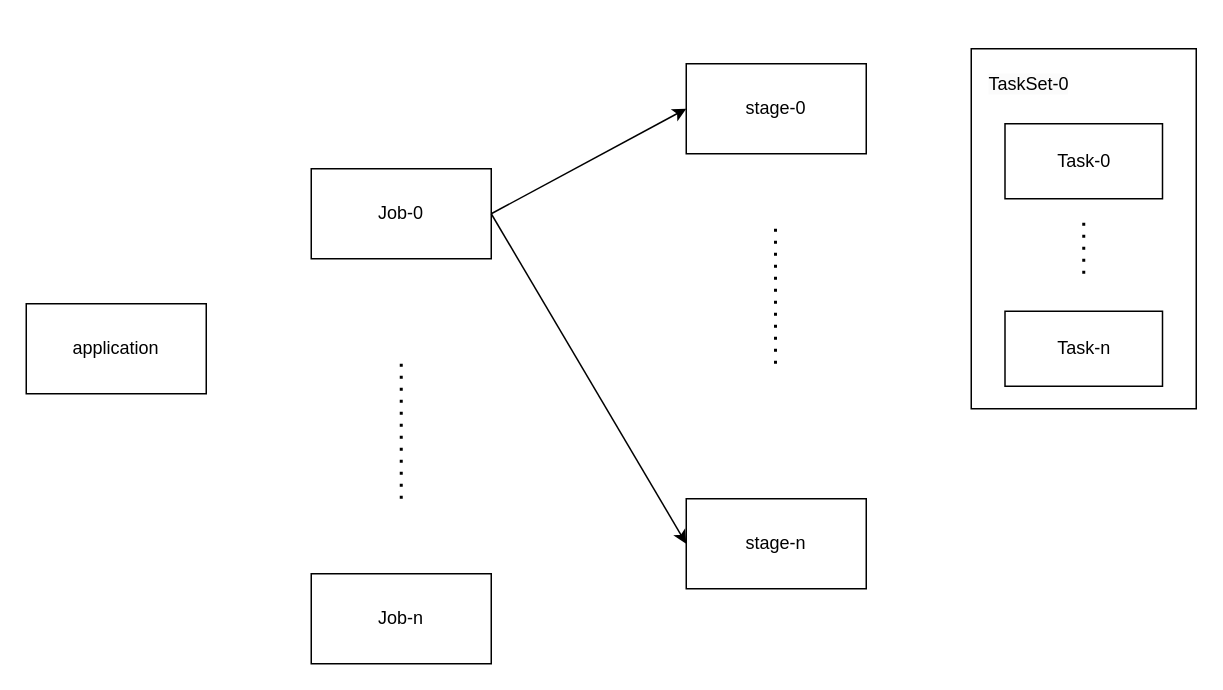
Above: public/spark_job_hierarchy.drawio in CSberlin/hexo (draw.io), before the change. Source tidied: cells renumbered, new cells numbered last; positions are measured from the earlier drawing's top-left corner, leaving out a move shared by most shapes. Both pictures are drawn from the tidied source at 150%, with x=0, y=0 at pixel (26, 48).
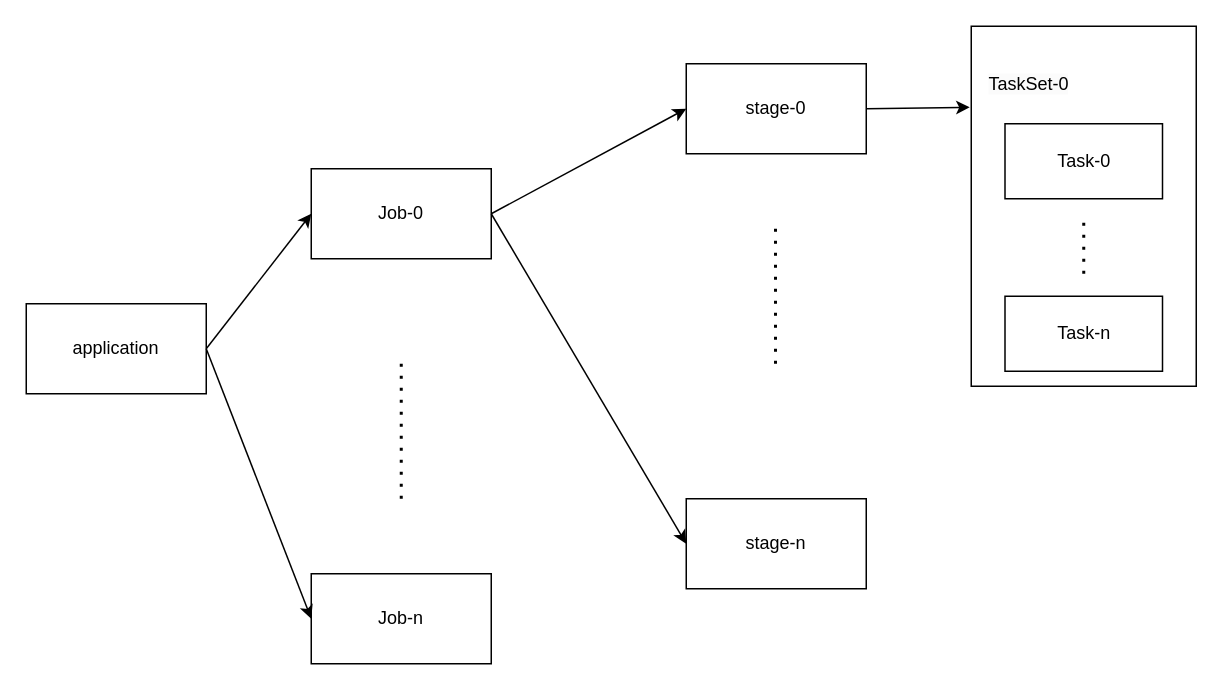
After the change.

The change refers to these unchanged cells:
```xml
<mxCell id="2" value="application" style="rounded=0;whiteSpace=wrap;html=1;" parent="1" vertex="1">
  <mxGeometry y="170" width="120" height="60" as="geometry" />
</mxCell>
<mxCell id="3" value="Job-0" style="rounded=0;whiteSpace=wrap;html=1;" parent="1" vertex="1">
  <mxGeometry x="190" y="80" width="120" height="60" as="geometry" />
</mxCell>
<mxCell id="4" value="Job-n" style="rounded=0;whiteSpace=wrap;html=1;" parent="1" vertex="1">
  <mxGeometry x="190" y="350" width="120" height="60" as="geometry" />
</mxCell>
<mxCell id="6" value="stage-0" style="rounded=0;whiteSpace=wrap;html=1;" parent="1" vertex="1">
  <mxGeometry x="440" y="10" width="120" height="60" as="geometry" />
</mxCell>
```

The edit, as a diff of the source:
```diff
@@
     <mxCell id="11" style="rounded=0;whiteSpace=wrap;html=1;" parent="1" vertex="1">
-      <mxGeometry x="630" width="150" height="240" as="geometry" />
+      <mxGeometry x="630" y="-15" width="150" height="240" as="geometry" />
     </mxCell>
@@
     <mxCell id="14" value="Task-n" style="rounded=0;whiteSpace=wrap;html=1;" parent="1" vertex="1">
-      <mxGeometry x="652.5" y="175" width="105" height="50" as="geometry" />
+      <mxGeometry x="652.5" y="165" width="105" height="50" as="geometry" />
     </mxCell>
@@
+    <mxCell id="16" style="endArrow=classic;html=1;rounded=0;exitX=1;exitY=0.5;exitDx=0;exitDy=0;entryX=-0.007;entryY=0.225;entryDx=0;entryDy=0;entryPerimeter=0;" parent="1" edge="1" source="6" target="11">
+      <mxGeometry relative="1" as="geometry" />
+    </mxCell>
+    <mxCell id="17" style="endArrow=classic;html=1;rounded=0;exitX=1;exitY=0.5;exitDx=0;exitDy=0;entryX=0;entryY=0.5;entryDx=0;entryDy=0;" parent="1" edge="1" source="2" target="3">
+      <mxGeometry relative="1" as="geometry" />
+    </mxCell>
+    <mxCell id="18" style="endArrow=classic;html=1;rounded=0;exitX=1;exitY=0.5;exitDx=0;exitDy=0;entryX=0;entryY=0.5;entryDx=0;entryDy=0;" parent="1" edge="1" source="2" target="4">
+      <mxGeometry relative="1" as="geometry" />
+    </mxCell>
```
